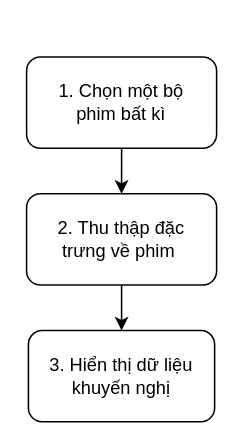
Before: page "Page-2" (2 of 2) of D1.drawio in EdgarIgnite16/Specialized-Projects, a draw.io diagram. Source tidied: cells renumbered, new cells numbered last; positions are measured from the earlier drawing's top-left corner, leaving out a move shared by most shapes. Both pictures are drawn from the tidied source at 152%, with x=0, y=0 at pixel (26, 56).
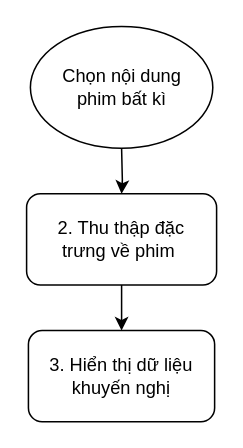
The same page after the edit.

Change to the diagram source:
```diff
@@
 <mxGraphModel>
   <root>
     <mxCell id="0" />
     <mxCell id="1" parent="0" />
     <mxCell id="2" value="3. Hiển thị dữ liệu khuyến nghị" style="rounded=1;whiteSpace=wrap;html=1;" parent="1" vertex="1">
       <mxGeometry x="1.2" y="180" width="122.5" height="60" as="geometry" />
     </mxCell>
     <mxCell id="3" style="edgeStyle=orthogonalEdgeStyle;rounded=0;jettySize=auto;html=1;" parent="1" edge="1" source="4" target="2">
       <mxGeometry relative="1" as="geometry" />
     </mxCell>
     <mxCell id="4" value="2. Thu thập đặc &lt;br&gt;trưng về phim&amp;nbsp;" style="rounded=1;whiteSpace=wrap;html=1;" parent="1" vertex="1">
       <mxGeometry y="90" width="125" height="60" as="geometry" />
     </mxCell>
-    <mxCell id="5" style="edgeStyle=orthogonalEdgeStyle;rounded=0;jettySize=auto;html=1;" parent="1" edge="1" source="6" target="4">
-      <mxGeometry relative="1" as="geometry" />
+    <mxCell id="5" style="edgeStyle=orthogonalEdgeStyle;rounded=0;jettySize=auto;html=1;" parent="1" edge="1" target="4">
+      <mxGeometry relative="1" as="geometry">
+        <mxPoint x="62.5" y="60" as="sourcePoint" />
+      </mxGeometry>
     </mxCell>
-    <mxCell id="6" value="1. Chọn một bộ&lt;br&gt;phim bất kì" style="rounded=1;whiteSpace=wrap;html=1;" parent="1" vertex="1">
-      <mxGeometry width="125" height="60" as="geometry" />
-    </mxCell>
+    <mxCell id="7" value="Chọn nội dung&lt;br&gt;phim bất kì" style="ellipse;whiteSpace=wrap;html=1;" parent="1" vertex="1">
+      <mxGeometry x="2.5" y="-20" width="120" height="80" as="geometry" />
+    </mxCell>
   </root>
 </mxGraphModel>
```
